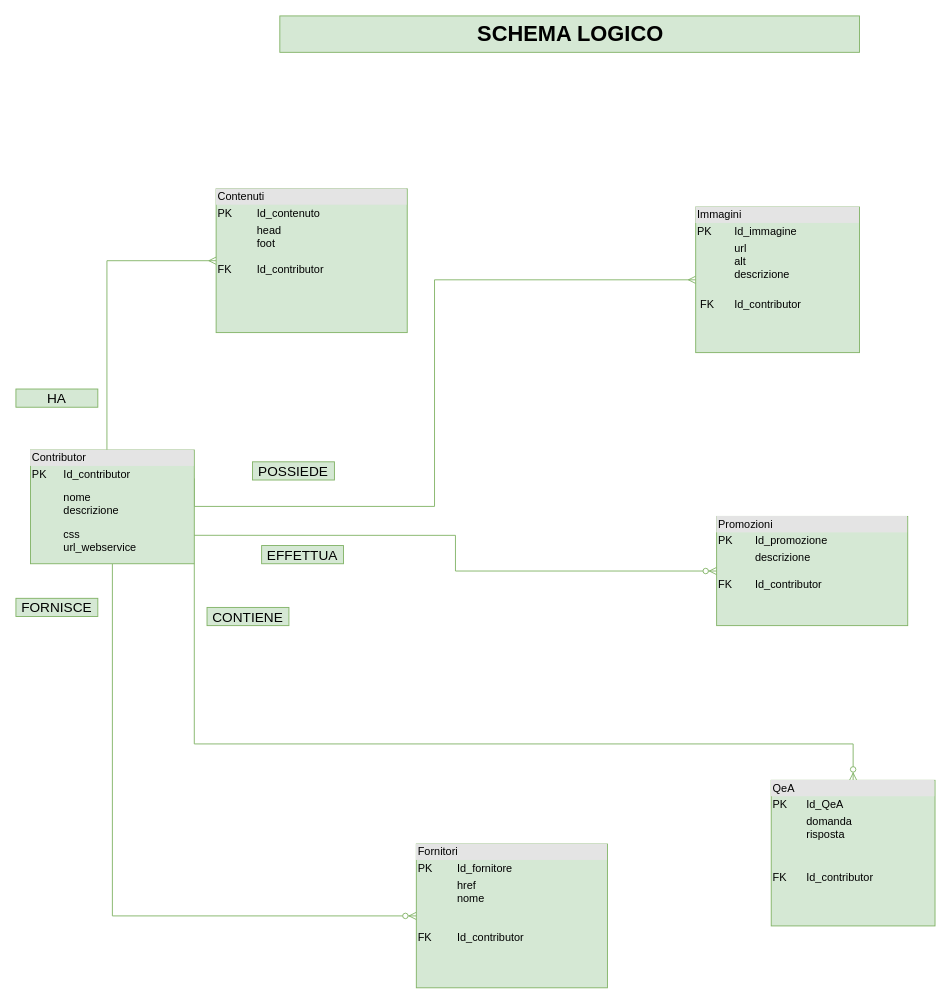
This is SCHEMA LOGICO NAMASTE.drawio from giadaventurini-pixel/giadaventurini-5binf, a draw.io file, before an edit. Source tidied: cells renumbered, new cells numbered last; positions are measured from the earlier drawing's top-left corner, leaving out a move shared by most shapes. Both pictures are drawn from the tidied source at 91%, with x=0, y=0 at pixel (15, 15).
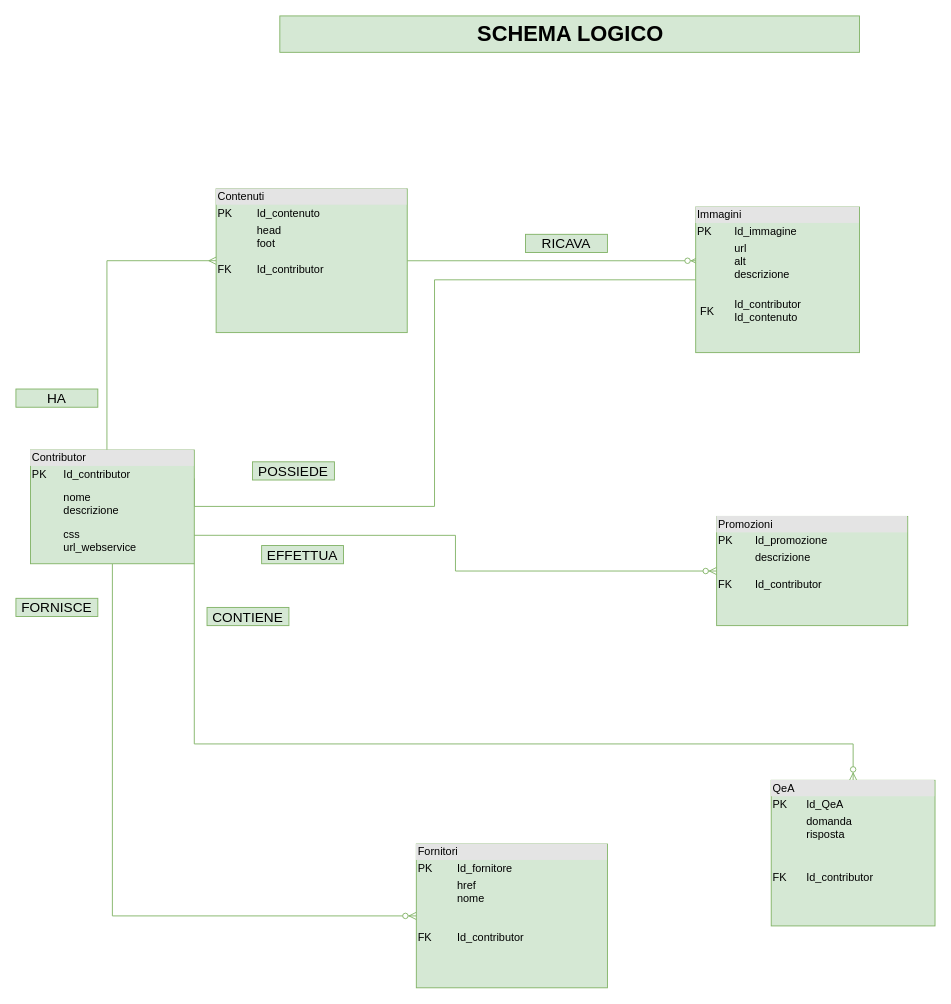
The same page after the edit.

The change refers to these unchanged cells:
```xml
<mxCell id="2" value="&lt;div style=&quot;box-sizing: border-box ; width: 100% ; background: #e4e4e4 ; padding: 2px&quot;&gt;Contenuti&lt;/div&gt;&lt;table style=&quot;width: 100% ; font-size: 1em&quot; cellpadding=&quot;2&quot; cellspacing=&quot;0&quot;&gt;&lt;tbody&gt;&lt;tr&gt;&lt;td&gt;PK&lt;/td&gt;&lt;td&gt;Id_contenuto&lt;br&gt;&lt;/td&gt;&lt;/tr&gt;&lt;tr&gt;&lt;td&gt;&lt;br&gt;&lt;br&gt;&lt;br&gt;FK&lt;br&gt;&lt;br&gt;&lt;br&gt;&lt;br&gt;&lt;br&gt;&lt;br&gt;&lt;br&gt;&lt;br&gt;&lt;br&gt;&lt;/td&gt;&lt;td&gt;head&lt;br&gt;foot&lt;br&gt;&lt;br&gt;Id_contributor&lt;br&gt;&lt;br&gt;&lt;br&gt;&lt;br&gt;&lt;br&gt;&lt;br&gt;&lt;br&gt;&lt;br&gt;&lt;br&gt;&lt;/td&gt;&lt;/tr&gt;&lt;tr&gt;&lt;td&gt;&amp;nbsp;&lt;/td&gt;&lt;td&gt;&lt;br&gt;&lt;/td&gt;&lt;/tr&gt;&lt;/tbody&gt;&lt;/table&gt;" style="verticalAlign=top;align=left;overflow=fill;html=1;fillColor=#d5e8d4;strokeColor=#82b366;" parent="1" vertex="1">
  <mxGeometry x="220" y="190" width="210" height="158" as="geometry" />
</mxCell>
<mxCell id="6" value="&lt;div style=&quot;box-sizing: border-box ; width: 100% ; background: #e4e4e4 ; padding: 2px&quot;&gt;Contributor&lt;/div&gt;&lt;table style=&quot;width: 100% ; font-size: 1em&quot; cellpadding=&quot;2&quot; cellspacing=&quot;0&quot;&gt;&lt;tbody&gt;&lt;tr&gt;&lt;td&gt;PK&lt;/td&gt;&lt;td&gt;Id_contributor&lt;br&gt;&lt;/td&gt;&lt;/tr&gt;&lt;tr&gt;&lt;td&gt;&lt;br&gt;&lt;br&gt;&lt;br&gt;&lt;/td&gt;&lt;td&gt;nome&lt;br&gt;descrizione&lt;/td&gt;&lt;/tr&gt;&lt;tr&gt;&lt;td&gt;&amp;nbsp;&lt;/td&gt;&lt;td&gt;css&lt;br&gt;url_webservice&lt;br&gt;&lt;br&gt;&lt;br&gt;&lt;br&gt;&lt;br&gt;&lt;br&gt;&lt;/td&gt;&lt;/tr&gt;&lt;/tbody&gt;&lt;/table&gt;" style="verticalAlign=top;align=left;overflow=fill;html=1;fillColor=#d5e8d4;strokeColor=#82b366;" parent="1" vertex="1">
  <mxGeometry x="16" y="477" width="180" height="125" as="geometry" />
</mxCell>
```

What changed in the source:
```diff
@@
+    <mxCell id="19" style="edgeStyle=orthogonalEdgeStyle;rounded=0;jettySize=auto;html=1;entryX=0.017;entryY=0.369;entryDx=0;entryDy=0;entryPerimeter=0;startArrow=none;startFill=0;endArrow=ERzeroToMany;endFill=1;fillColor=#d5e8d4;strokeColor=#82b366;" parent="1" edge="1" source="2" target="9">
+      <mxGeometry relative="1" as="geometry" />
+    </mxCell>
@@
-    <mxCell id="5" style="edgeStyle=orthogonalEdgeStyle;rounded=0;jettySize=auto;html=1;entryX=0;entryY=0.5;entryDx=0;entryDy=0;endArrow=ERmany;endFill=0;fillColor=#d5e8d4;strokeColor=#82b366;exitX=1;exitY=0.25;exitDx=0;exitDy=0;" parent="1" edge="1" source="6" target="9">
+    <mxCell id="5" style="edgeStyle=orthogonalEdgeStyle;rounded=0;jettySize=auto;html=1;entryX=0;entryY=0.5;entryDx=0;entryDy=0;endArrow=none;endFill=0;fillColor=#d5e8d4;strokeColor=#82b366;exitX=1;exitY=0.25;exitDx=0;exitDy=0;" parent="1" edge="1" source="6" target="9">
       <mxGeometry relative="1" as="geometry">
         <Array as="points">
           <mxPoint x="196" y="539" />
           <mxPoint x="460" y="539" />
           <mxPoint x="460" y="290" />
         </Array>
       </mxGeometry>
     </mxCell>
@@
-    <mxCell id="9" value="&lt;div style=&quot;box-sizing: border-box ; width: 100% ; background: #e4e4e4 ; padding: 2px&quot;&gt;Immagini&lt;/div&gt;&lt;table style=&quot;width: 100% ; font-size: 1em&quot; cellpadding=&quot;2&quot; cellspacing=&quot;0&quot;&gt;&lt;tbody&gt;&lt;tr&gt;&lt;td&gt;PK&lt;/td&gt;&lt;td&gt;Id_immagine&lt;br&gt;&lt;/td&gt;&lt;/tr&gt;&lt;tr&gt;&lt;td&gt;&lt;br&gt;&lt;br&gt;&lt;/td&gt;&lt;td&gt;url&lt;br&gt;alt&lt;br&gt;descrizione&lt;br&gt;&lt;br&gt;&lt;/td&gt;&lt;/tr&gt;&lt;tr&gt;&lt;td&gt;&amp;nbsp;FK&lt;/td&gt;&lt;td&gt;Id_contributor&lt;br&gt;&lt;/td&gt;&lt;/tr&gt;&lt;/tbody&gt;&lt;/table&gt;" style="verticalAlign=top;align=left;overflow=fill;html=1;fillColor=#d5e8d4;strokeColor=#82b366;" parent="1" vertex="1">
+    <mxCell id="9" value="&lt;div style=&quot;box-sizing: border-box ; width: 100% ; background: #e4e4e4 ; padding: 2px&quot;&gt;Immagini&lt;/div&gt;&lt;table style=&quot;width: 100% ; font-size: 1em&quot; cellpadding=&quot;2&quot; cellspacing=&quot;0&quot;&gt;&lt;tbody&gt;&lt;tr&gt;&lt;td&gt;PK&lt;/td&gt;&lt;td&gt;Id_immagine&lt;br&gt;&lt;/td&gt;&lt;/tr&gt;&lt;tr&gt;&lt;td&gt;&lt;br&gt;&lt;br&gt;&lt;/td&gt;&lt;td&gt;url&lt;br&gt;alt&lt;br&gt;descrizione&lt;br&gt;&lt;br&gt;&lt;/td&gt;&lt;/tr&gt;&lt;tr&gt;&lt;td&gt;&amp;nbsp;FK&lt;/td&gt;&lt;td&gt;Id_contributor&lt;br&gt;Id_contenuto&lt;/td&gt;&lt;/tr&gt;&lt;/tbody&gt;&lt;/table&gt;" style="verticalAlign=top;align=left;overflow=fill;html=1;fillColor=#d5e8d4;strokeColor=#82b366;" parent="1" vertex="1">
       <mxGeometry x="747" y="210" width="180" height="160" as="geometry" />
     </mxCell>
@@
+    <mxCell id="20" value="&lt;span style=&quot;font-size: 15px&quot;&gt;RICAVA&lt;/span&gt;" style="text;html=1;align=center;verticalAlign=middle;whiteSpace=wrap;rounded=0;fillColor=#d5e8d4;strokeColor=#82b366;" parent="1" vertex="1">
+      <mxGeometry x="560" y="240" width="90" height="20" as="geometry" />
+    </mxCell>
```
